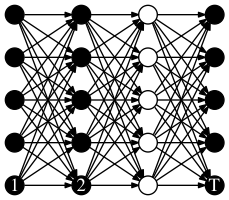
fooyou/pages_backup keeps this Graphviz diagram as img/dots/pre_direction.dot.png. Above is the earlier version. Its source is kept beside it as img/dots/pre_direction.dot.
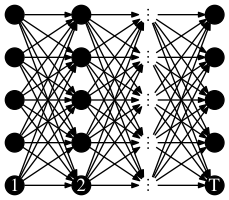
Later version of the same file.

What changed in the source:
```diff
@@ -9,7 +9,7 @@
         x24 [label="2", fontcolor="white"];
         x44 [label="T", fontcolor="white"];
 
-        x31,x32,x33,x34,x35 [label="⋮", fillcolor="transparent", color="transparent"];
+        x31,x32,x33,x34,x35 [label="⋮", fillcolor="transparent", color="transparent", fontcolor="black"];
     };
     {rank = same; x11; x12; x13; x14; x15;};
     {rank = same; x21; x22; x23; x24; x25;};
```
